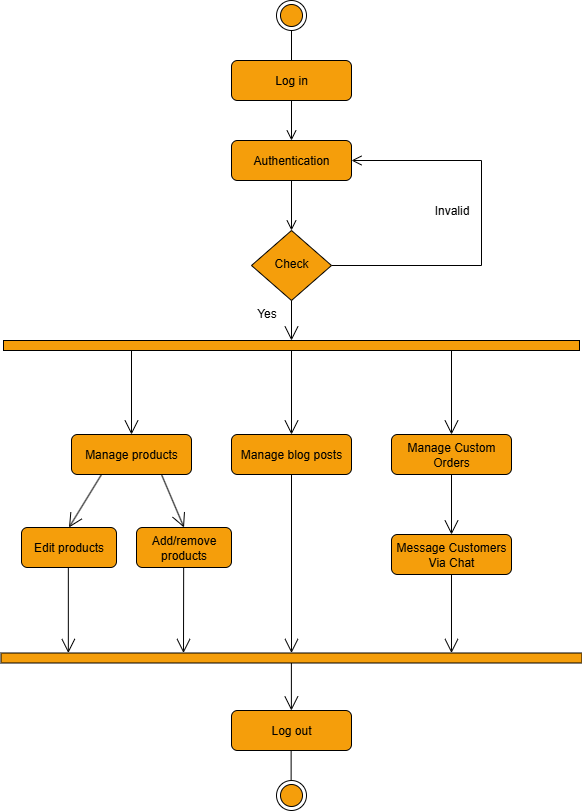
AnuElizaK/BakeJourney keeps this draw.io diagram as UML/Admin Activity.png. Above is the earlier version. Source tidied: cells renumbered, new cells last; positions are measured from the earlier drawing's top-left corner, leaving out a move shared by most shapes.
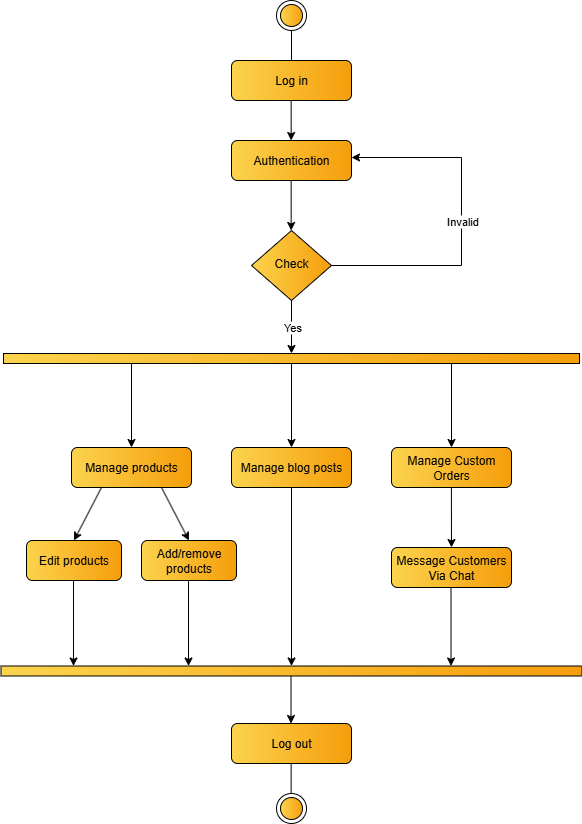
The same diagram one commit later.

What changed in the source:
```diff
@@ -2,124 +2,133 @@
   <root>
     <mxCell id="0" />
     <mxCell id="1" parent="0" />
-    <mxCell id="2" style="rounded=0;html=1;jettySize=auto;fontSize=11;endArrow=open;endFill=0;endSize=8;strokeWidth=1;shadow=0;labelBackgroundColor=none;edgeStyle=orthogonalEdgeStyle;strokeColor=light-dark(#000000,#000000);" parent="1" edge="1" source="11" target="5">
-      <mxGeometry relative="1" as="geometry" />
-    </mxCell>
-    <mxCell id="3" value="&lt;font style=&quot;color: light-dark(rgb(0, 0, 0), rgb(0, 0, 0));&quot;&gt;Log in&lt;/font&gt;" style="rounded=1;whiteSpace=wrap;html=1;fontSize=12;glass=0;strokeWidth=1;shadow=0;fillColor=light-dark(#F59E0B,#F59E0B);strokeColor=light-dark(#000000,#000000);" parent="1" vertex="1">
-      <mxGeometry x="210" y="60" width="120" height="40" as="geometry" />
+    <mxCell id="3" value="&lt;font style=&quot;color: light-dark(rgb(0, 0, 0), rgb(0, 0, 0));&quot;&gt;Log in&lt;/font&gt;" style="rounded=1;whiteSpace=wrap;html=1;fontSize=12;glass=0;strokeWidth=1;shadow=0;fillColor=light-dark(#FCD34D,#FCD34D);strokeColor=light-dark(#000000,#000000);gradientColor=light-dark(#F59E0B,#F59E0B);gradientDirection=east;" parent="1" vertex="1">
+      <mxGeometry x="210" y="47" width="120" height="40" as="geometry" />
     </mxCell>
-    <mxCell id="4" value="&lt;font style=&quot;color: light-dark(rgb(0, 0, 0), rgb(0, 0, 0)); font-size: 12px;&quot;&gt;Invalid&lt;/font&gt;" style="edgeStyle=orthogonalEdgeStyle;rounded=0;html=1;jettySize=auto;fontSize=11;endArrow=open;endFill=0;endSize=8;strokeWidth=1;shadow=0;labelBackgroundColor=none;strokeColor=light-dark(#000000,#000000);entryX=1;entryY=0.5;entryDx=0;entryDy=0;" parent="1" edge="1" source="5" target="11">
-      <mxGeometry x="0.07" y="30" relative="1" as="geometry">
-        <Array as="points">
-          <mxPoint x="460" y="265" />
-          <mxPoint x="460" y="160" />
-        </Array>
-      </mxGeometry>
-    </mxCell>
-    <mxCell id="5" value="&lt;font style=&quot;color: light-dark(rgb(0, 0, 0), rgb(0, 0, 0));&quot;&gt;Check&lt;/font&gt;" style="rhombus;whiteSpace=wrap;html=1;shadow=0;fontFamily=Helvetica;fontSize=12;align=center;strokeWidth=1;spacing=6;spacingTop=-4;fillColor=light-dark(#F59E0B,#F59E0B);strokeColor=light-dark(#000000,#000000);" parent="1" vertex="1">
-      <mxGeometry x="230" y="230" width="80" height="70" as="geometry" />
+    <mxCell id="5" value="&lt;font style=&quot;color: light-dark(rgb(0, 0, 0), rgb(0, 0, 0));&quot;&gt;Check&lt;/font&gt;" style="rhombus;whiteSpace=wrap;html=1;shadow=0;fontFamily=Helvetica;fontSize=12;align=center;strokeWidth=1;spacing=6;spacingTop=-4;fillColor=light-dark(#FCD34D,#FCD34D);strokeColor=light-dark(#000000,#000000);gradientColor=light-dark(#F59E0B,#F59E0B);gradientDirection=east;" parent="1" vertex="1">
+      <mxGeometry x="230" y="217" width="80" height="70" as="geometry" />
     </mxCell>
-    <mxCell id="6" value="&lt;font style=&quot;color: light-dark(rgb(0, 0, 0), rgb(0, 0, 0));&quot;&gt;Log out&lt;/font&gt;" style="rounded=1;whiteSpace=wrap;html=1;fontSize=12;glass=0;strokeWidth=1;shadow=0;strokeColor=light-dark(#000000,#000000);fillColor=light-dark(#F59E0B,#F59E0B);" parent="1" vertex="1">
+    <mxCell id="6" value="&lt;font style=&quot;color: light-dark(rgb(0, 0, 0), rgb(0, 0, 0));&quot;&gt;Log out&lt;/font&gt;" style="rounded=1;whiteSpace=wrap;html=1;fontSize=12;glass=0;strokeWidth=1;shadow=0;strokeColor=light-dark(#000000,#000000);fillColor=light-dark(#FCD34D,#FCD34D);gradientColor=light-dark(#F59E0B,#F59E0B);gradientDirection=east;" parent="1" vertex="1">
       <mxGeometry x="210" y="710" width="120" height="40" as="geometry" />
     </mxCell>
-    <mxCell id="7" style="ellipse;html=1;shape=endState;fillColor=light-dark(#F59E0B,#F59E0B);strokeColor=light-dark(#000000,#000000);" parent="1" vertex="1">
-      <mxGeometry x="255" width="30" height="30" as="geometry" />
-    </mxCell>
-    <mxCell id="8" style="endArrow=none;html=1;rounded=0;strokeColor=light-dark(#000000,#000000);entryX=0.5;entryY=1;entryDx=0;entryDy=0;exitX=0.5;exitY=0;exitDx=0;exitDy=0;" parent="1" edge="1" source="3" target="7">
-      <mxGeometry relative="1" as="geometry" />
-    </mxCell>
-    <mxCell id="9" style="ellipse;html=1;shape=endState;fillColor=light-dark(#F59E0B,#F59E0B);strokeColor=light-dark(#000000,#000000);" parent="1" vertex="1">
-      <mxGeometry x="255" y="780" width="30" height="30" as="geometry" />
-    </mxCell>
-    <mxCell id="10" style="rounded=0;html=1;jettySize=auto;fontSize=11;endArrow=open;endFill=0;endSize=8;strokeWidth=1;shadow=0;labelBackgroundColor=none;edgeStyle=orthogonalEdgeStyle;strokeColor=light-dark(#000000,#000000);" parent="1" edge="1" source="3" target="11">
-      <mxGeometry relative="1" as="geometry" />
-    </mxCell>
+    <mxCell id="34" style="ellipse;html=1;shape=endState;fillColor=light-dark(#FCD34D,#FCD34D);strokeColor=light-dark(#000000,#000000);gradientColor=light-dark(#F59E0B,#F59E0B);gradientDirection=east;" parent="1" vertex="1">
+      <mxGeometry x="255" y="-13" width="30" height="30" as="geometry" />
+    </mxCell>
+    <mxCell id="35" style="endArrow=none;html=1;rounded=0;strokeColor=light-dark(#000000,#000000);entryX=0.5;entryY=1;entryDx=0;entryDy=0;exitX=0.5;exitY=0;exitDx=0;exitDy=0;" parent="1" edge="1" source="3" target="34">
+      <mxGeometry relative="1" as="geometry" />
+    </mxCell>
+    <mxCell id="36" style="ellipse;html=1;shape=endState;fillColor=light-dark(#FCD34D,#FCD34D);strokeColor=light-dark(#000000,#000000);gradientColor=light-dark(#F59E0B,#F59E0B);gradientDirection=east;" parent="1" vertex="1">
+      <mxGeometry x="255" y="780" width="30" height="30" as="geometry" />
+    </mxCell>
-    <mxCell id="11" value="&lt;font style=&quot;color: light-dark(rgb(0, 0, 0), rgb(0, 0, 0));&quot;&gt;Authentication&lt;/font&gt;" style="rounded=1;whiteSpace=wrap;html=1;fontSize=12;glass=0;strokeWidth=1;shadow=0;fillColor=light-dark(#F59E0B,#F59E0B);strokeColor=light-dark(#000000,#000000);" parent="1" vertex="1">
-      <mxGeometry x="210" y="140" width="120" height="40" as="geometry" />
+    <mxCell id="11" value="&lt;font style=&quot;color: light-dark(rgb(0, 0, 0), rgb(0, 0, 0));&quot;&gt;Authentication&lt;/font&gt;" style="rounded=1;whiteSpace=wrap;html=1;fontSize=12;glass=0;strokeWidth=1;shadow=0;fillColor=light-dark(#FCD34D,#FCD34D);strokeColor=light-dark(#000000,#000000);gradientColor=light-dark(#F59E0B,#F59E0B);gradientDirection=east;" parent="1" vertex="1">
+      <mxGeometry x="210" y="127" width="120" height="40" as="geometry" />
     </mxCell>
-    <mxCell id="12" style="html=1;points=[[0,0,0,0,5],[0,1,0,0,-5],[1,0,0,0,5],[1,1,0,0,-5]];perimeter=orthogonalPerimeter;outlineConnect=0;targetShapes=umlLifeline;portConstraint=eastwest;newEdgeStyle={&quot;curved&quot;:0,&quot;rounded&quot;:0};rotation=-90;strokeColor=light-dark(#000000,#000000);fillColor=light-dark(#F59E0B,#F59E0B);" parent="1" vertex="1">
-      <mxGeometry x="265" y="57" width="10" height="576" as="geometry" />
-    </mxCell>
+    <mxCell id="37" style="html=1;points=[[0,0,0,0,5],[0,1,0,0,-5],[1,0,0,0,5],[1,1,0,0,-5]];perimeter=orthogonalPerimeter;outlineConnect=0;targetShapes=umlLifeline;portConstraint=eastwest;newEdgeStyle={&quot;curved&quot;:0,&quot;rounded&quot;:0};rotation=-90;strokeColor=light-dark(#000000,#000000);fillColor=light-dark(#FCD34D,#FCD34D);gradientColor=light-dark(#F59E0B,#F59E0B);" parent="1" vertex="1">
+      <mxGeometry x="265" y="57" width="10" height="576" as="geometry" />
+    </mxCell>
-    <mxCell id="13" value="&lt;font style=&quot;color: light-dark(rgb(0, 0, 0), rgb(0, 0, 0));&quot;&gt;Manage products&lt;/font&gt;" style="rounded=1;whiteSpace=wrap;html=1;fontSize=12;glass=0;strokeWidth=1;shadow=0;fillColor=light-dark(#F59E0B,#F59E0B);strokeColor=light-dark(#000000,#000000);" parent="1" vertex="1">
+    <mxCell id="13" value="&lt;font style=&quot;color: light-dark(rgb(0, 0, 0), rgb(0, 0, 0));&quot;&gt;Manage products&lt;/font&gt;" style="rounded=1;whiteSpace=wrap;html=1;fontSize=12;glass=0;strokeWidth=1;shadow=0;fillColor=light-dark(#FCD34D,#FCD34D);strokeColor=light-dark(#000000,#000000);gradientColor=light-dark(#F59E0B,#F59E0B);gradientDirection=east;" parent="1" vertex="1">
       <mxGeometry x="50" y="434" width="120" height="40" as="geometry" />
     </mxCell>
-    <mxCell id="14" style="endArrow=open;endFill=1;endSize=12;html=1;rounded=0;strokeColor=light-dark(#000000,#000000);entryX=0.5;entryY=0;entryDx=0;entryDy=0;" parent="1" edge="1" target="13">
-      <mxGeometry relative="1" as="geometry">
-        <mxPoint x="110" y="350" as="sourcePoint" />
-      </mxGeometry>
-    </mxCell>
+    <mxCell id="16" value="&lt;font style=&quot;color: light-dark(rgb(0, 0, 0), rgb(0, 0, 0));&quot;&gt;Edit products&lt;/font&gt;" style="rounded=1;whiteSpace=wrap;html=1;fontSize=12;glass=0;strokeWidth=1;shadow=0;strokeColor=light-dark(#000000,#000000);fillColor=light-dark(#FCD34D,#FCD34D);gradientColor=light-dark(#F59E0B,#F59E0B);gradientDirection=east;" parent="1" vertex="1">
+      <mxGeometry x="5" y="527" width="95" height="40" as="geometry" />
+    </mxCell>
+    <mxCell id="38" style="html=1;points=[[0,0,0,0,5],[0,1,0,0,-5],[1,0,0,0,5],[1,1,0,0,-5]];perimeter=orthogonalPerimeter;outlineConnect=0;targetShapes=umlLifeline;portConstraint=eastwest;newEdgeStyle={&quot;curved&quot;:0,&quot;rounded&quot;:0};rotation=-90;strokeColor=light-dark(#000000,#000000);fillColor=light-dark(#FCD34D,#FCD34D);gradientColor=light-dark(#F59E0B,#F59E0B);" parent="1" vertex="1">
+      <mxGeometry x="265" y="367" width="10" height="581" as="geometry" />
+    </mxCell>
+    <mxCell id="19" value="&lt;font style=&quot;color: light-dark(rgb(0, 0, 0), rgb(0, 0, 0));&quot;&gt;Manage Custom Orders&lt;/font&gt;" style="rounded=1;whiteSpace=wrap;html=1;fontSize=12;glass=0;strokeWidth=1;shadow=0;fillColor=light-dark(#FCD34D,#FCD34D);strokeColor=light-dark(#000000,#000000);gradientColor=light-dark(#F59E0B,#F59E0B);gradientDirection=east;" parent="1" vertex="1">
+      <mxGeometry x="370" y="434" width="120" height="40" as="geometry" />
+    </mxCell>
+    <mxCell id="39" style="endArrow=none;html=1;rounded=0;strokeColor=light-dark(#000000,#000000);entryX=0.5;entryY=1;entryDx=0;entryDy=0;exitX=0.5;exitY=0;exitDx=0;exitDy=0;" parent="1" edge="1">
+      <mxGeometry relative="1" as="geometry">
+        <mxPoint x="269.6" y="780" as="sourcePoint" />
+        <mxPoint x="269.6" y="750" as="targetPoint" />
+      </mxGeometry>
+    </mxCell>
+    <mxCell id="26" value="&lt;font style=&quot;color: light-dark(rgb(0, 0, 0), rgb(0, 0, 0));&quot;&gt;Add/remove products&lt;/font&gt;" style="rounded=1;whiteSpace=wrap;html=1;fontSize=12;glass=0;strokeWidth=1;shadow=0;strokeColor=light-dark(#000000,#000000);fillColor=light-dark(#FCD34D,#FCD34D);gradientColor=light-dark(#F59E0B,#F59E0B);gradientDirection=east;" parent="1" vertex="1">
+      <mxGeometry x="120" y="527" width="95" height="40" as="geometry" />
+    </mxCell>
+    <mxCell id="28" value="&lt;font style=&quot;color: light-dark(rgb(0, 0, 0), rgb(0, 0, 0));&quot;&gt;Message Customers Via Chat&lt;/font&gt;" style="rounded=1;whiteSpace=wrap;html=1;fontSize=12;glass=0;strokeWidth=1;shadow=0;fillColor=light-dark(#FCD34D,#FCD34D);strokeColor=light-dark(#000000,#000000);gradientColor=light-dark(#F59E0B,#F59E0B);gradientDirection=east;" parent="1" vertex="1">
+      <mxGeometry x="370" y="534" width="120" height="40" as="geometry" />
+    </mxCell>
+    <mxCell id="30" value="&lt;font style=&quot;color: light-dark(rgb(0, 0, 0), rgb(0, 0, 0));&quot;&gt;Manage blog posts&lt;/font&gt;" style="rounded=1;whiteSpace=wrap;html=1;fontSize=12;glass=0;strokeWidth=1;shadow=0;fillColor=light-dark(#FCD34D,#FCD34D);strokeColor=light-dark(#000000,#000000);gradientColor=light-dark(#F59E0B,#F59E0B);gradientDirection=east;" parent="1" vertex="1">
+      <mxGeometry x="210" y="434" width="120" height="40" as="geometry" />
+    </mxCell>
+    <mxCell id="40" style="endArrow=classic;html=1;rounded=0;strokeColor=light-dark(#000000,#000000);exitX=1;exitY=0.5;exitDx=0;exitDy=0;" parent="1" edge="1" source="5">
+      <mxGeometry relative="1" as="geometry">
+        <mxPoint x="330" y="144" as="targetPoint" />
+        <Array as="points">
+          <mxPoint x="440" y="252" />
+          <mxPoint x="440" y="144" />
+        </Array>
+      </mxGeometry>
+    </mxCell>
+    <mxCell id="4" value="Invalid" style="edgeLabel;html=1;align=center;verticalAlign=middle;fontColor=light-dark(#000000,#000000);labelBackgroundColor=light-dark(#FFFFFF,#FFFFFF);" parent="40" vertex="1">
+      <mxGeometry relative="1" as="geometry" />
+    </mxCell>
+    <mxCell id="41" style="endArrow=classic;html=1;rounded=0;strokeColor=light-dark(#000000,#000000);" parent="1" edge="1" target="37">
+      <mxGeometry relative="1" as="geometry">
+        <mxPoint x="270" y="287" as="sourcePoint" />
+      </mxGeometry>
+    </mxCell>
+    <mxCell id="22" value="Yes" style="edgeLabel;html=1;align=center;verticalAlign=middle;fontColor=light-dark(#000000,#000000);labelBackgroundColor=light-dark(#FFFFFF,#FFFFFF);" parent="41" vertex="1">
+      <mxGeometry relative="1" as="geometry" />
+    </mxCell>
+    <mxCell id="42" style="endArrow=classic;html=1;rounded=0;strokeColor=light-dark(#000000,#000000);exitX=0.5;exitY=1;exitDx=0;exitDy=0;" parent="1" edge="1">
+      <mxGeometry relative="1" as="geometry">
+        <mxPoint x="269.7" y="87" as="sourcePoint" />
+        <mxPoint x="269.7" y="127" as="targetPoint" />
+      </mxGeometry>
+    </mxCell>
+    <mxCell id="43" style="endArrow=classic;html=1;rounded=0;strokeColor=light-dark(#000000,#000000);exitX=0.5;exitY=1;exitDx=0;exitDy=0;" parent="1" edge="1">
+      <mxGeometry relative="1" as="geometry">
+        <mxPoint x="269.7" y="167" as="sourcePoint" />
+        <mxPoint x="269.7" y="217" as="targetPoint" />
+      </mxGeometry>
+    </mxCell>
+    <mxCell id="44" style="endArrow=classic;html=1;rounded=0;strokeColor=light-dark(#000000,#000000);entryX=0.5;entryY=0;entryDx=0;entryDy=0;" parent="1" edge="1" source="37" target="13">
+      <mxGeometry relative="1" as="geometry" />
+    </mxCell>
+    <mxCell id="45" style="endArrow=classic;html=1;rounded=0;strokeColor=light-dark(#000000,#000000);entryX=0.5;entryY=0;entryDx=0;entryDy=0;" parent="1" edge="1" source="37" target="30">
+      <mxGeometry relative="1" as="geometry" />
+    </mxCell>
+    <mxCell id="46" style="endArrow=classic;html=1;rounded=0;strokeColor=light-dark(#000000,#000000);entryX=0.5;entryY=0;entryDx=0;entryDy=0;" parent="1" edge="1" source="37" target="19">
+      <mxGeometry relative="1" as="geometry" />
+    </mxCell>
+    <mxCell id="47" style="endArrow=classic;html=1;rounded=0;strokeColor=light-dark(#000000,#000000);exitX=0.5;exitY=1;exitDx=0;exitDy=0;entryX=0.5;entryY=0;entryDx=0;entryDy=0;" parent="1" edge="1" target="28">
+      <mxGeometry relative="1" as="geometry">
+        <mxPoint x="429.9" y="474" as="sourcePoint" />
+      </mxGeometry>
+    </mxCell>
+    <mxCell id="48" style="endArrow=classic;html=1;rounded=0;strokeColor=light-dark(#000000,#000000);exitX=0.5;exitY=1;exitDx=0;exitDy=0;" parent="1" edge="1" target="38">
+      <mxGeometry relative="1" as="geometry">
+        <mxPoint x="429.5" y="574" as="sourcePoint" />
+      </mxGeometry>
+    </mxCell>
+    <mxCell id="49" style="endArrow=classic;html=1;rounded=0;strokeColor=light-dark(#000000,#000000);exitX=0.5;exitY=1;exitDx=0;exitDy=0;" parent="1" edge="1">
+      <mxGeometry relative="1" as="geometry">
+        <mxPoint x="52" y="567" as="sourcePoint" />
+        <mxPoint x="52" y="652.5" as="targetPoint" />
+      </mxGeometry>
+    </mxCell>
+    <mxCell id="50" style="endArrow=classic;html=1;rounded=0;strokeColor=light-dark(#000000,#000000);exitX=0.5;exitY=1;exitDx=0;exitDy=0;" parent="1" edge="1">
+      <mxGeometry relative="1" as="geometry">
+        <mxPoint x="167" y="567" as="sourcePoint" />
+        <mxPoint x="167" y="652.5" as="targetPoint" />
+      </mxGeometry>
+    </mxCell>
+    <mxCell id="51" style="endArrow=classic;html=1;rounded=0;strokeColor=light-dark(#000000,#000000);" parent="1" edge="1" source="38">
+      <mxGeometry relative="1" as="geometry">
+        <mxPoint x="269.5" y="710" as="targetPoint" />
+      </mxGeometry>
+    </mxCell>
+    <mxCell id="52" style="endArrow=classic;html=1;rounded=0;strokeColor=light-dark(#000000,#000000);exitX=0.5;exitY=1;exitDx=0;exitDy=0;" parent="1" edge="1" source="30" target="38">
+      <mxGeometry relative="1" as="geometry" />
+    </mxCell>
+    <mxCell id="27" style="endArrow=classic;html=1;rounded=0;strokeColor=light-dark(#000000,#000000);exitX=0.75;exitY=1;exitDx=0;exitDy=0;entryX=0.5;entryY=0;entryDx=0;entryDy=0;" parent="1" edge="1" source="13" target="26">
+      <mxGeometry relative="1" as="geometry" />
+    </mxCell>
-    <mxCell id="15" style="endArrow=open;endFill=1;endSize=12;html=1;rounded=0;strokeColor=light-dark(#000000,#000000);exitX=0.25;exitY=1;exitDx=0;exitDy=0;entryX=0.5;entryY=0;entryDx=0;entryDy=0;" parent="1" edge="1" source="13" target="16">
+    <mxCell id="15" style="endArrow=classic;html=1;rounded=0;strokeColor=light-dark(#000000,#000000);exitX=0.25;exitY=1;exitDx=0;exitDy=0;entryX=0.5;entryY=0;entryDx=0;entryDy=0;" parent="1" edge="1" source="13" target="16">
       <mxGeometry relative="1" as="geometry" />
     </mxCell>
-    <mxCell id="16" value="&lt;font style=&quot;color: light-dark(rgb(0, 0, 0), rgb(0, 0, 0));&quot;&gt;Edit products&lt;/font&gt;" style="rounded=1;whiteSpace=wrap;html=1;fontSize=12;glass=0;strokeWidth=1;shadow=0;strokeColor=light-dark(#000000,#000000);fillColor=light-dark(#F59E0B,#F59E0B);" parent="1" vertex="1">
-      <mxGeometry y="527" width="95" height="40" as="geometry" />
-    </mxCell>
-    <mxCell id="17" style="html=1;points=[[0,0,0,0,5],[0,1,0,0,-5],[1,0,0,0,5],[1,1,0,0,-5]];perimeter=orthogonalPerimeter;outlineConnect=0;targetShapes=umlLifeline;portConstraint=eastwest;newEdgeStyle={&quot;curved&quot;:0,&quot;rounded&quot;:0};rotation=-90;strokeColor=light-dark(#000000,#000000);fillColor=light-dark(#F59E0B,#F59E0B);" parent="1" vertex="1">
-      <mxGeometry x="265" y="367" width="10" height="581" as="geometry" />
-    </mxCell>
-    <mxCell id="18" style="endArrow=open;endFill=1;endSize=12;html=1;rounded=0;exitX=0.5;exitY=1;exitDx=0;exitDy=0;strokeColor=light-dark(#000000,#000000);" parent="1" edge="1" source="5" target="12">
-      <mxGeometry relative="1" as="geometry" />
-    </mxCell>
-    <mxCell id="19" value="&lt;font style=&quot;color: light-dark(rgb(0, 0, 0), rgb(0, 0, 0));&quot;&gt;Manage Custom Orders&lt;/font&gt;" style="rounded=1;whiteSpace=wrap;html=1;fontSize=12;glass=0;strokeWidth=1;shadow=0;fillColor=light-dark(#F59E0B,#F59E0B);strokeColor=light-dark(#000000,#000000);" parent="1" vertex="1">
-      <mxGeometry x="370" y="434" width="120" height="40" as="geometry" />
-    </mxCell>
-    <mxCell id="20" style="endArrow=open;endFill=1;endSize=12;html=1;rounded=0;strokeColor=light-dark(#000000,#000000);entryX=0.5;entryY=0;entryDx=0;entryDy=0;" parent="1" edge="1" source="12" target="19">
-      <mxGeometry relative="1" as="geometry" />
-    </mxCell>
-    <mxCell id="21" style="endArrow=open;endFill=1;endSize=12;html=1;rounded=0;strokeColor=light-dark(#000000,#000000);exitX=0.5;exitY=1;exitDx=0;exitDy=0;entryX=0.5;entryY=0;entryDx=0;entryDy=0;" parent="1" edge="1" source="19" target="28">
-      <mxGeometry relative="1" as="geometry" />
-    </mxCell>
-    <mxCell id="22" value="&lt;font style=&quot;color: light-dark(rgb(0, 0, 0), rgb(0, 0, 0));&quot;&gt;Yes&lt;/font&gt;" style="text;html=1;align=center;verticalAlign=middle;strokeColor=none;fillColor=none;" parent="1" vertex="1">
-      <mxGeometry x="225" y="298" width="40" height="30" as="geometry" />
-    </mxCell>
-    <mxCell id="23" style="endArrow=none;html=1;rounded=0;strokeColor=light-dark(#000000,#000000);entryX=0.5;entryY=1;entryDx=0;entryDy=0;exitX=0.5;exitY=0;exitDx=0;exitDy=0;" parent="1" edge="1">
-      <mxGeometry relative="1" as="geometry">
-        <mxPoint x="269.6" y="780" as="sourcePoint" />
-        <mxPoint x="269.6" y="750" as="targetPoint" />
-      </mxGeometry>
-    </mxCell>
-    <mxCell id="24" style="endArrow=open;endFill=1;endSize=12;html=1;rounded=0;strokeColor=light-dark(#000000,#000000);exitX=0.493;exitY=0.997;exitDx=0;exitDy=0;exitPerimeter=0;" parent="1" edge="1" source="16">
-      <mxGeometry relative="1" as="geometry">
-        <mxPoint x="46.8" y="652.5" as="targetPoint" />
-      </mxGeometry>
-    </mxCell>
-    <mxCell id="25" style="endArrow=open;endFill=1;endSize=12;html=1;rounded=0;strokeColor=light-dark(#000000,#000000);" parent="1" edge="1" source="17">
-      <mxGeometry relative="1" as="geometry">
-        <mxPoint x="269.9" y="710" as="targetPoint" />
-      </mxGeometry>
-    </mxCell>
-    <mxCell id="26" value="&lt;font style=&quot;color: light-dark(rgb(0, 0, 0), rgb(0, 0, 0));&quot;&gt;Add/remove products&lt;/font&gt;" style="rounded=1;whiteSpace=wrap;html=1;fontSize=12;glass=0;strokeWidth=1;shadow=0;strokeColor=light-dark(#000000,#000000);fillColor=light-dark(#F59E0B,#F59E0B);" parent="1" vertex="1">
-      <mxGeometry x="115" y="527" width="95" height="40" as="geometry" />
-    </mxCell>
-    <mxCell id="27" style="endArrow=open;endFill=1;endSize=12;html=1;rounded=0;strokeColor=light-dark(#000000,#000000);exitX=0.75;exitY=1;exitDx=0;exitDy=0;entryX=0.5;entryY=0;entryDx=0;entryDy=0;" parent="1" edge="1" source="13" target="26">
-      <mxGeometry relative="1" as="geometry" />
-    </mxCell>
-    <mxCell id="28" value="&lt;font style=&quot;color: light-dark(rgb(0, 0, 0), rgb(0, 0, 0));&quot;&gt;Message Customers Via Chat&lt;/font&gt;" style="rounded=1;whiteSpace=wrap;html=1;fontSize=12;glass=0;strokeWidth=1;shadow=0;fillColor=light-dark(#F59E0B,#F59E0B);strokeColor=light-dark(#000000,#000000);" parent="1" vertex="1">
-      <mxGeometry x="370" y="534" width="120" height="40" as="geometry" />
-    </mxCell>
-    <mxCell id="29" style="endArrow=open;endFill=1;endSize=12;html=1;rounded=0;strokeColor=light-dark(#000000,#000000);exitX=0.468;exitY=1.005;exitDx=0;exitDy=0;exitPerimeter=0;" parent="1" edge="1" target="17">
-      <mxGeometry relative="1" as="geometry">
-        <mxPoint x="430" y="574" as="sourcePoint" />
-      </mxGeometry>
-    </mxCell>
-    <mxCell id="30" value="&lt;font style=&quot;color: light-dark(rgb(0, 0, 0), rgb(0, 0, 0));&quot;&gt;Manage blog posts&lt;/font&gt;" style="rounded=1;whiteSpace=wrap;html=1;fontSize=12;glass=0;strokeWidth=1;shadow=0;fillColor=light-dark(#F59E0B,#F59E0B);strokeColor=light-dark(#000000,#000000);" parent="1" vertex="1">
-      <mxGeometry x="210" y="434" width="120" height="40" as="geometry" />
-    </mxCell>
-    <mxCell id="31" style="endArrow=open;endFill=1;endSize=12;html=1;rounded=0;strokeColor=light-dark(#000000,#000000);entryX=0.5;entryY=0;entryDx=0;entryDy=0;" parent="1" edge="1" target="30">
-      <mxGeometry relative="1" as="geometry">
-        <mxPoint x="270" y="350" as="sourcePoint" />
-      </mxGeometry>
-    </mxCell>
-    <mxCell id="32" style="endArrow=open;endFill=1;endSize=12;html=1;rounded=0;strokeColor=light-dark(#000000,#000000);exitX=0.5;exitY=1;exitDx=0;exitDy=0;" parent="1" edge="1" source="30">
-      <mxGeometry relative="1" as="geometry">
-        <mxPoint x="270" y="652.5" as="targetPoint" />
-      </mxGeometry>
-    </mxCell>
-    <mxCell id="33" style="endArrow=open;endFill=1;endSize=12;html=1;rounded=0;strokeColor=light-dark(#000000,#000000);exitX=0.493;exitY=0.997;exitDx=0;exitDy=0;exitPerimeter=0;" parent="1" edge="1">
-      <mxGeometry relative="1" as="geometry">
-        <mxPoint x="162.2" y="567" as="sourcePoint" />
-        <mxPoint x="162" y="652.5" as="targetPoint" />
-      </mxGeometry>
-    </mxCell>
   </root>
 </mxGraphModel>
```
